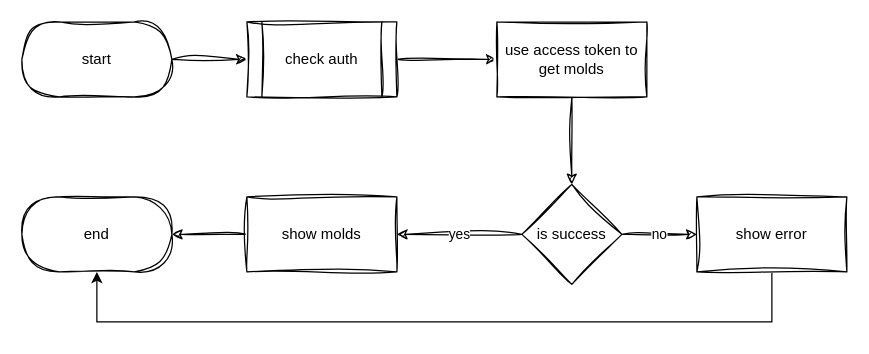
This is page "read mold" (42 of 44) of docs/drawio/activity/activity_baseadmin.drawio from ssszZ-TH/party_fullstack_docker5, a draw.io file, before an edit. Source tidied: cells renumbered, new cells numbered last; positions are measured from the earlier drawing's top-left corner, leaving out a move shared by most shapes. Both pictures are drawn from the tidied source at 125%, with x=0, y=0 at pixel (21, 21).
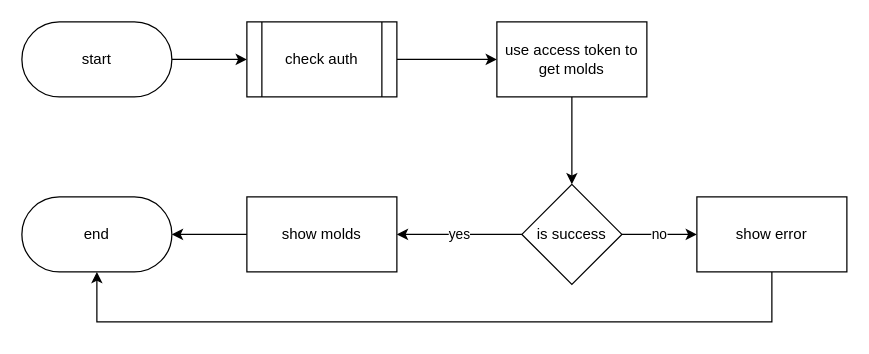
Above is the later version.

Diff of the diagram source:
```diff
@@
 <mxGraphModel>
   <root>
     <mxCell id="0" />
     <mxCell id="1" parent="0" />
-    <mxCell id="2" style="edgeStyle=orthogonalEdgeStyle;rounded=0;jettySize=auto;html=1;sketch=1;curveFitting=1;jiggle=2;" parent="1" edge="1" source="3" target="6">
+    <mxCell id="2" style="edgeStyle=orthogonalEdgeStyle;rounded=0;jettySize=auto;html=1;" parent="1" edge="1" source="3" target="6">
       <mxGeometry relative="1" as="geometry" />
     </mxCell>
-    <mxCell id="3" value="start" style="rounded=1;whiteSpace=wrap;html=1;arcSize=50;sketch=1;curveFitting=1;jiggle=2;" parent="1" vertex="1">
+    <mxCell id="3" value="start" style="rounded=1;whiteSpace=wrap;html=1;arcSize=50;" parent="1" vertex="1">
       <mxGeometry width="120" height="60" as="geometry" />
     </mxCell>
-    <mxCell id="4" value="end" style="rounded=1;whiteSpace=wrap;html=1;arcSize=50;sketch=1;curveFitting=1;jiggle=2;" parent="1" vertex="1">
+    <mxCell id="4" value="end" style="rounded=1;whiteSpace=wrap;html=1;arcSize=50;" parent="1" vertex="1">
       <mxGeometry y="140" width="120" height="60" as="geometry" />
     </mxCell>
-    <mxCell id="5" style="edgeStyle=orthogonalEdgeStyle;rounded=0;jettySize=auto;html=1;sketch=1;curveFitting=1;jiggle=2;" parent="1" edge="1" source="6" target="8">
+    <mxCell id="5" style="edgeStyle=orthogonalEdgeStyle;rounded=0;jettySize=auto;html=1;" parent="1" edge="1" source="6" target="8">
       <mxGeometry relative="1" as="geometry" />
     </mxCell>
-    <mxCell id="6" value="check auth" style="shape=process;whiteSpace=wrap;html=1;backgroundOutline=1;sketch=1;curveFitting=1;jiggle=2;" parent="1" vertex="1">
+    <mxCell id="6" value="check auth" style="shape=process;whiteSpace=wrap;html=1;backgroundOutline=1;" parent="1" vertex="1">
       <mxGeometry x="180" width="120" height="60" as="geometry" />
     </mxCell>
-    <mxCell id="7" style="edgeStyle=orthogonalEdgeStyle;rounded=0;jettySize=auto;html=1;sketch=1;curveFitting=1;jiggle=2;" parent="1" edge="1" source="8" target="11">
+    <mxCell id="7" style="edgeStyle=orthogonalEdgeStyle;rounded=0;jettySize=auto;html=1;" parent="1" edge="1" source="8" target="11">
       <mxGeometry relative="1" as="geometry" />
     </mxCell>
-    <mxCell id="8" value="use access token to get molds" style="whiteSpace=wrap;html=1;sketch=1;curveFitting=1;jiggle=2;" parent="1" vertex="1">
+    <mxCell id="8" value="use access token to get molds" style="whiteSpace=wrap;html=1;" parent="1" vertex="1">
       <mxGeometry x="380" width="120" height="60" as="geometry" />
     </mxCell>
-    <mxCell id="9" value="no" style="edgeStyle=orthogonalEdgeStyle;rounded=0;jettySize=auto;html=1;sketch=1;curveFitting=1;jiggle=2;" parent="1" edge="1" source="11" target="13">
+    <mxCell id="9" value="no" style="edgeStyle=orthogonalEdgeStyle;rounded=0;jettySize=auto;html=1;" parent="1" edge="1" source="11" target="13">
       <mxGeometry relative="1" as="geometry" />
     </mxCell>
-    <mxCell id="10" value="yes" style="edgeStyle=orthogonalEdgeStyle;rounded=0;jettySize=auto;html=1;sketch=1;curveFitting=1;jiggle=2;" parent="1" edge="1" source="11" target="15">
+    <mxCell id="10" value="yes" style="edgeStyle=orthogonalEdgeStyle;rounded=0;jettySize=auto;html=1;" parent="1" edge="1" source="11" target="15">
       <mxGeometry relative="1" as="geometry" />
     </mxCell>
-    <mxCell id="11" value="is success" style="rhombus;whiteSpace=wrap;html=1;sketch=1;curveFitting=1;jiggle=2;" parent="1" vertex="1">
+    <mxCell id="11" value="is success" style="rhombus;whiteSpace=wrap;html=1;" parent="1" vertex="1">
       <mxGeometry x="400" y="130" width="80" height="80" as="geometry" />
     </mxCell>
     <mxCell id="12" style="edgeStyle=orthogonalEdgeStyle;rounded=0;jettySize=auto;html=1;" parent="1" edge="1" source="13" target="4">
       <mxGeometry relative="1" as="geometry">
         <Array as="points">
           <mxPoint x="600" y="240" />
           <mxPoint x="60" y="240" />
         </Array>
       </mxGeometry>
     </mxCell>
-    <mxCell id="13" value="show error" style="whiteSpace=wrap;html=1;sketch=1;curveFitting=1;jiggle=2;" parent="1" vertex="1">
+    <mxCell id="13" value="show error" style="whiteSpace=wrap;html=1;" parent="1" vertex="1">
       <mxGeometry x="540" y="140" width="120" height="60" as="geometry" />
     </mxCell>
-    <mxCell id="14" style="edgeStyle=orthogonalEdgeStyle;rounded=0;jettySize=auto;html=1;sketch=1;curveFitting=1;jiggle=2;" parent="1" edge="1" source="15" target="4">
+    <mxCell id="14" style="edgeStyle=orthogonalEdgeStyle;rounded=0;jettySize=auto;html=1;" parent="1" edge="1" source="15" target="4">
       <mxGeometry relative="1" as="geometry" />
     </mxCell>
-    <mxCell id="15" value="show molds" style="whiteSpace=wrap;html=1;sketch=1;curveFitting=1;jiggle=2;" parent="1" vertex="1">
+    <mxCell id="15" value="show molds" style="whiteSpace=wrap;html=1;" parent="1" vertex="1">
       <mxGeometry x="180" y="140" width="120" height="60" as="geometry" />
     </mxCell>
   </root>
 </mxGraphModel>
```
